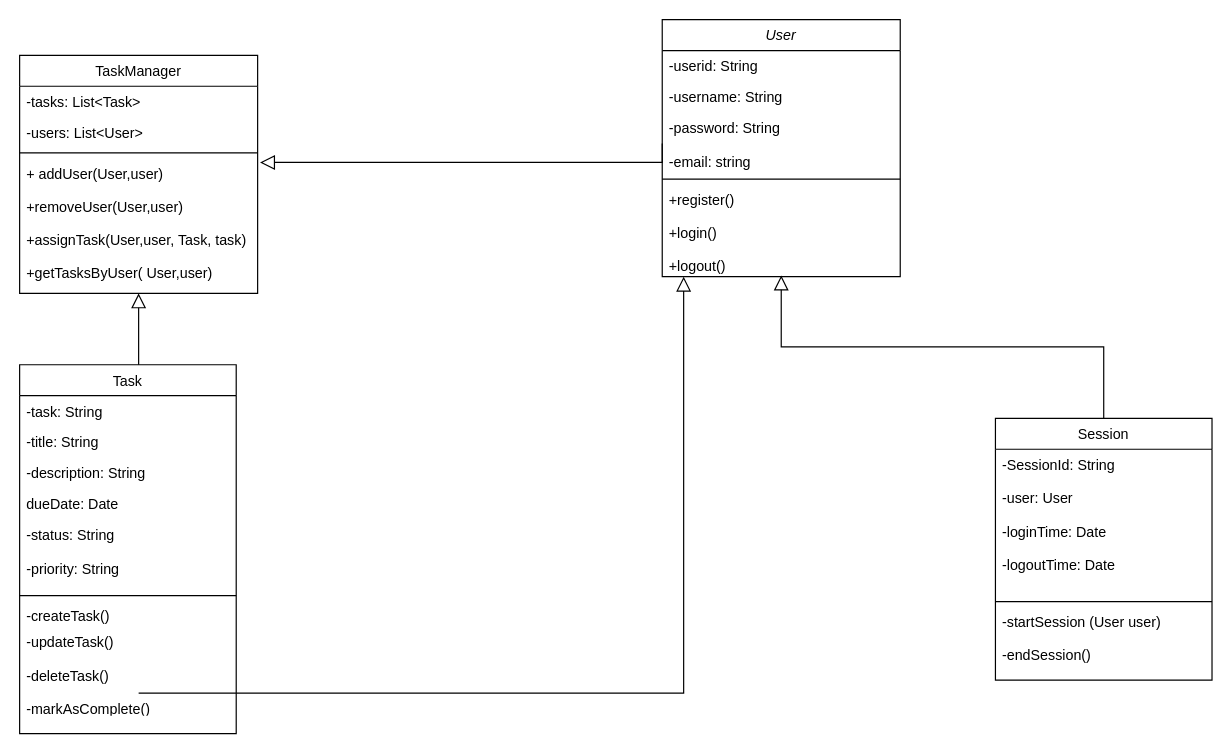
This is Task Manager-Class.drawio from Giresse097/Giresse097, a draw.io file, before an edit. Source tidied: cells renumbered, new cells numbered last; positions are measured from the earlier drawing's top-left corner, leaving out a move shared by most shapes. Both pictures are drawn from the tidied source at 119%, with x=0, y=0 at pixel (19, 19).
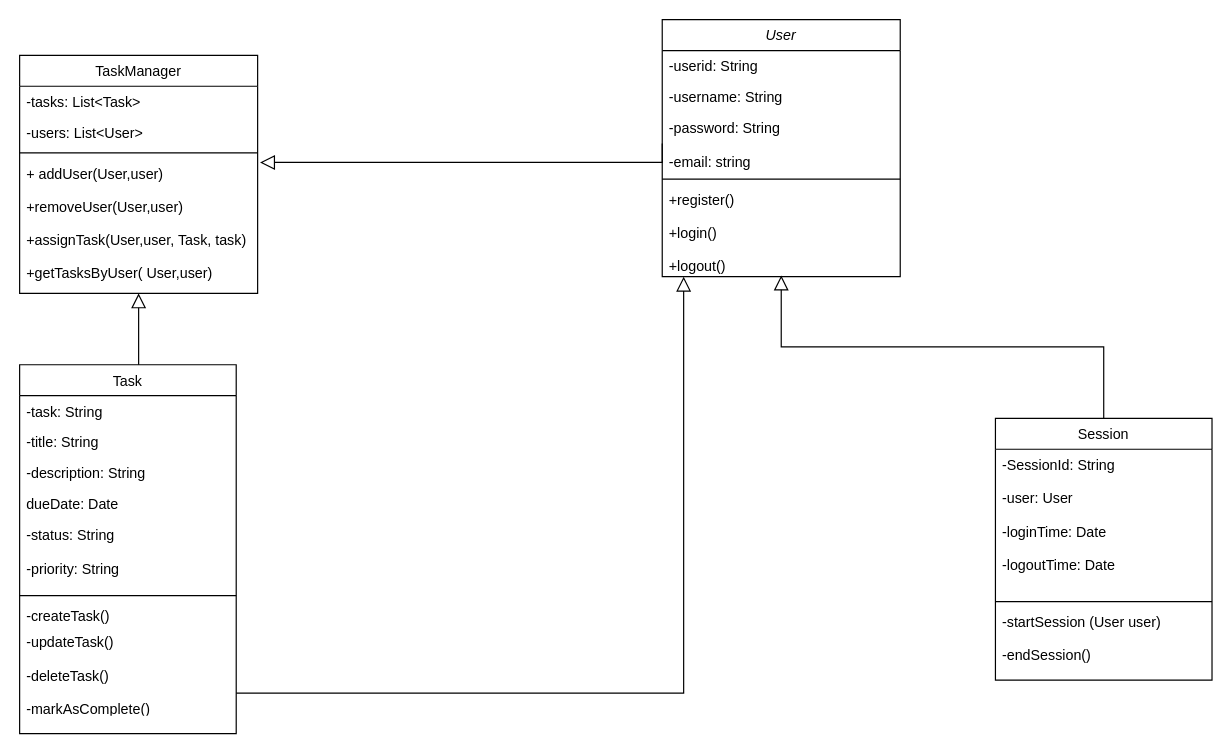
The same diagram, later.

The change refers to these unchanged cells:
```xml
<mxCell id="23" value="-updateTask()&#10;&#10;-deleteTask()&#10;&#10;-markAsComplete()" style="text;align=left;verticalAlign=top;spacingLeft=4;spacingRight=4;overflow=hidden;points=[[0,0.5],[1,0.5]];portConstraint=eastwest;" parent="15" vertex="1">
  <mxGeometry y="220" width="182" height="70" as="geometry" />
</mxCell>
```

The edit, as a diff of the source:
```diff
@@
-    <mxCell id="13" style="endArrow=block;endSize=10;endFill=0;shadow=0;strokeWidth=1;rounded=0;curved=0;edgeStyle=elbowEdgeStyle;elbow=vertical;" parent="1" edge="1">
+    <mxCell id="13" style="endArrow=block;endSize=10;endFill=0;shadow=0;strokeWidth=1;rounded=0;curved=0;edgeStyle=elbowEdgeStyle;elbow=vertical;" parent="1" edge="1" source="23">
       <mxGeometry relative="1" as="geometry">
-        <mxPoint x="100" y="566" as="sourcePoint" />
         <mxPoint x="558" y="216" as="targetPoint" />
         <Array as="points">
           <mxPoint x="130" y="566" />
         </Array>
       </mxGeometry>
     </mxCell>
```
